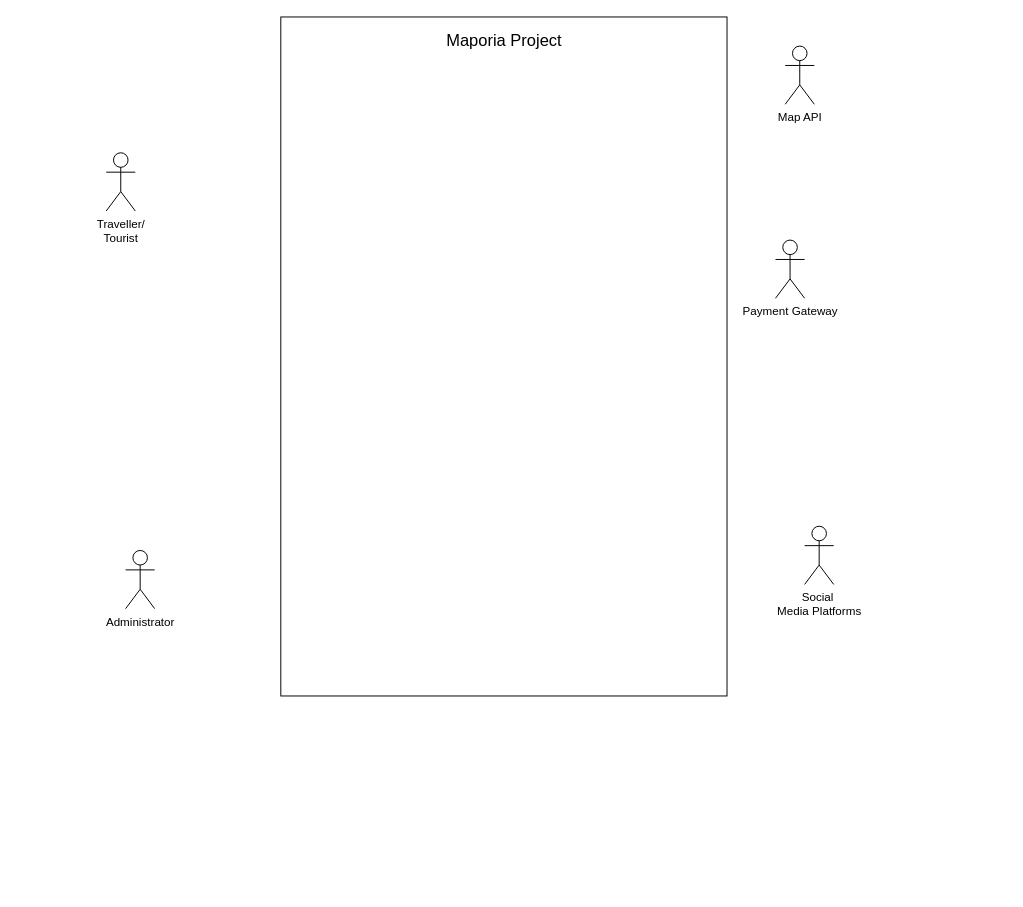
Above: Maporia_Use-Case_diagram.drawio in Anuja-jayasinghe/DrawIo_Projects (draw.io), before the change. Source tidied: cells renumbered, new cells numbered last; positions are measured from the earlier drawing's top-left corner, leaving out a move shared by most shapes. Both pictures are drawn from the tidied source at 97%, with x=0, y=0 at pixel (106, 16).
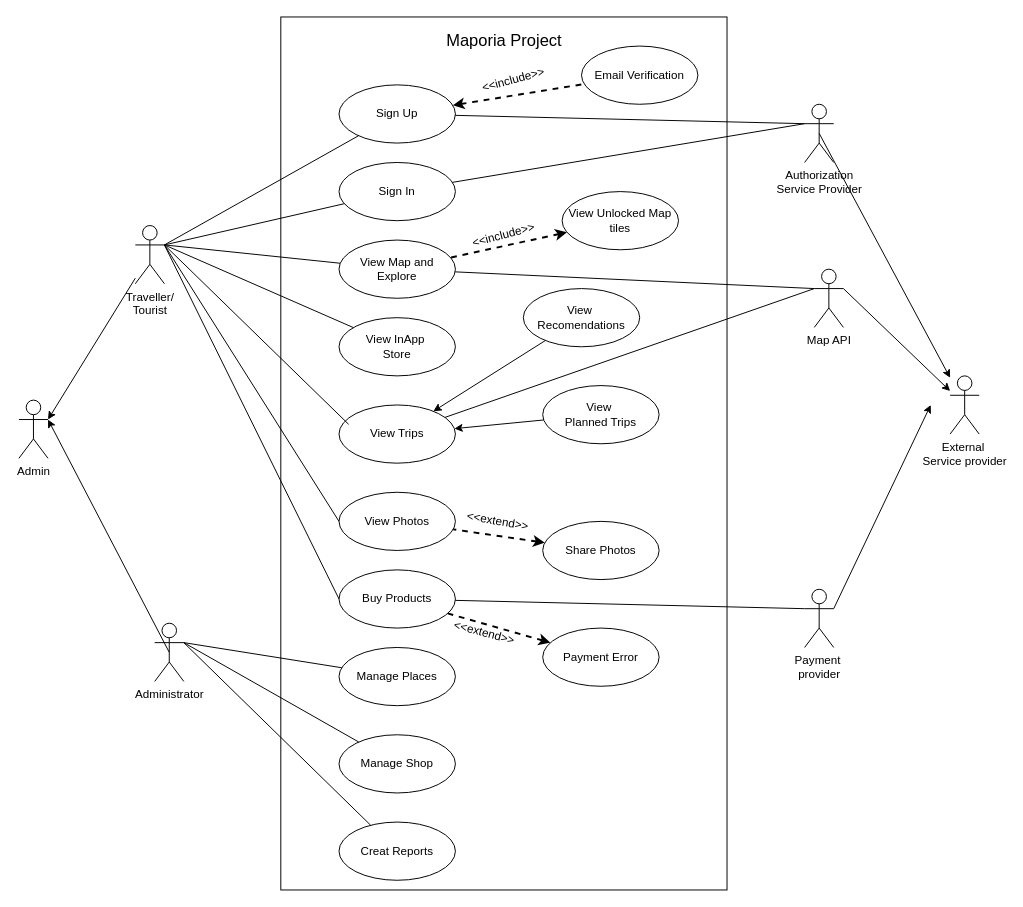
The same diagram, later.

The edit, as a diff of the source:
```diff
@@
     <mxCell id="2" value="Traveller/&lt;div&gt;Tourist&lt;/div&gt;" style="shape=umlActor;verticalLabelPosition=bottom;verticalAlign=top;html=1;outlineConnect=0;" parent="1" vertex="1">
-      <mxGeometry y="140" width="30" height="60" as="geometry" />
+      <mxGeometry x="30" y="215" width="30" height="60" as="geometry" />
     </mxCell>
-    <mxCell id="3" value="Social&amp;nbsp;&lt;div&gt;Media Platforms&lt;/div&gt;" style="shape=umlActor;verticalLabelPosition=bottom;verticalAlign=top;html=1;outlineConnect=0;" parent="1" vertex="1">
-      <mxGeometry x="720" y="525" width="30" height="60" as="geometry" />
+    <mxCell id="3" value="Payment&amp;nbsp;&lt;div&gt;provider&lt;/div&gt;" style="shape=umlActor;verticalLabelPosition=bottom;verticalAlign=top;html=1;outlineConnect=0;" parent="1" vertex="1">
+      <mxGeometry x="720" y="590" width="30" height="60" as="geometry" />
     </mxCell>
-    <mxCell id="4" value="Payment Gateway" style="shape=umlActor;verticalLabelPosition=bottom;verticalAlign=top;html=1;outlineConnect=0;" parent="1" vertex="1">
-      <mxGeometry x="690" y="230" width="30" height="60" as="geometry" />
+    <mxCell id="4" value="Authorization&lt;div&gt;Service Provider&lt;/div&gt;" style="shape=umlActor;verticalLabelPosition=bottom;verticalAlign=top;html=1;outlineConnect=0;" parent="1" vertex="1">
+      <mxGeometry x="720" y="90" width="30" height="60" as="geometry" />
     </mxCell>
     <mxCell id="5" value="Administrator" style="shape=umlActor;verticalLabelPosition=bottom;verticalAlign=top;html=1;outlineConnect=0;" parent="1" vertex="1">
-      <mxGeometry x="20" y="550" width="30" height="60" as="geometry" />
+      <mxGeometry x="50" y="625" width="30" height="60" as="geometry" />
     </mxCell>
     <mxCell id="6" value="Map API" style="shape=umlActor;verticalLabelPosition=bottom;verticalAlign=top;html=1;outlineConnect=0;" parent="1" vertex="1">
-      <mxGeometry x="700" y="30" width="30" height="60" as="geometry" />
+      <mxGeometry x="730" y="260" width="30" height="60" as="geometry" />
     </mxCell>
     <mxCell id="7" style="group;" parent="1" vertex="1">
-      <mxGeometry x="180" width="460" height="700" as="geometry" />
+      <mxGeometry x="180" width="460" height="900" as="geometry" />
     </mxCell>
     <mxCell id="8" style="rounded=0;whiteSpace=wrap;html=1;" parent="7" vertex="1">
-      <mxGeometry width="460" height="700" as="geometry" />
+      <mxGeometry width="460" height="900" as="geometry" />
     </mxCell>
@@
+    <mxCell id="10" value="Sign Up" style="ellipse;whiteSpace=wrap;html=1;" parent="7" vertex="1">
+      <mxGeometry x="60" y="70" width="120" height="60" as="geometry" />
+    </mxCell>
+    <mxCell id="11" value="Sign In" style="ellipse;whiteSpace=wrap;html=1;" parent="7" vertex="1">
+      <mxGeometry x="60" y="150" width="120" height="60" as="geometry" />
+    </mxCell>
+    <mxCell id="12" value="View Map and Explore" style="ellipse;whiteSpace=wrap;html=1;" parent="7" vertex="1">
+      <mxGeometry x="60" y="230" width="120" height="60" as="geometry" />
+    </mxCell>
+    <mxCell id="13" value="Email Verification" style="ellipse;whiteSpace=wrap;html=1;" parent="7" vertex="1">
+      <mxGeometry x="310" y="30" width="120" height="60" as="geometry" />
+    </mxCell>
+    <mxCell id="14" value="View Unlocked Map tiles" style="ellipse;whiteSpace=wrap;html=1;" parent="7" vertex="1">
+      <mxGeometry x="290" y="180" width="120" height="60" as="geometry" />
+    </mxCell>
+    <mxCell id="15" value="View InApp&amp;nbsp;&lt;div&gt;Store&lt;/div&gt;" style="ellipse;whiteSpace=wrap;html=1;" parent="7" vertex="1">
+      <mxGeometry x="60" y="310" width="120" height="60" as="geometry" />
+    </mxCell>
+    <mxCell id="16" value="View&amp;nbsp;&lt;div&gt;Recomendations&lt;/div&gt;" style="ellipse;whiteSpace=wrap;html=1;" parent="7" vertex="1">
+      <mxGeometry x="250" y="280" width="120" height="60" as="geometry" />
+    </mxCell>
+    <mxCell id="17" value="View&amp;nbsp;&lt;div&gt;Planned Trips&lt;/div&gt;" style="ellipse;whiteSpace=wrap;html=1;" parent="7" vertex="1">
+      <mxGeometry x="270" y="380" width="120" height="60" as="geometry" />
+    </mxCell>
+    <mxCell id="18" value="View Trips" style="ellipse;whiteSpace=wrap;html=1;" parent="7" vertex="1">
+      <mxGeometry x="60" y="400" width="120" height="60" as="geometry" />
+    </mxCell>
+    <mxCell id="19" value="View Photos" style="ellipse;whiteSpace=wrap;html=1;" parent="7" vertex="1">
+      <mxGeometry x="60" y="490" width="120" height="60" as="geometry" />
+    </mxCell>
+    <mxCell id="20" value="Buy Products" style="ellipse;whiteSpace=wrap;html=1;" parent="7" vertex="1">
+      <mxGeometry x="60" y="570" width="120" height="60" as="geometry" />
+    </mxCell>
+    <mxCell id="21" value="Manage Places" style="ellipse;whiteSpace=wrap;html=1;" parent="7" vertex="1">
+      <mxGeometry x="60" y="650" width="120" height="60" as="geometry" />
+    </mxCell>
+    <mxCell id="22" value="Manage Shop" style="ellipse;whiteSpace=wrap;html=1;" parent="7" vertex="1">
+      <mxGeometry x="60" y="740" width="120" height="60" as="geometry" />
+    </mxCell>
+    <mxCell id="23" value="Share Photos" style="ellipse;whiteSpace=wrap;html=1;" parent="7" vertex="1">
+      <mxGeometry x="270" y="520" width="120" height="60" as="geometry" />
+    </mxCell>
+    <mxCell id="24" value="Payment Error" style="ellipse;whiteSpace=wrap;html=1;" parent="7" vertex="1">
+      <mxGeometry x="270" y="630" width="120" height="60" as="geometry" />
+    </mxCell>
+    <mxCell id="25" value="Creat Reports" style="ellipse;whiteSpace=wrap;html=1;" parent="7" vertex="1">
+      <mxGeometry x="60" y="830" width="120" height="60" as="geometry" />
+    </mxCell>
+    <mxCell id="26" style="endArrow=classic;html=1;rounded=0;" parent="7" edge="1" source="17" target="18">
+      <mxGeometry relative="1" as="geometry" />
+    </mxCell>
+    <mxCell id="27" style="endArrow=classic;html=1;rounded=0;" parent="7" edge="1" source="16" target="18">
+      <mxGeometry relative="1" as="geometry" />
+    </mxCell>
+    <mxCell id="28" style="endArrow=none;html=1;strokeWidth=2;rounded=0;dashed=1;startArrow=classic;startFill=1;" parent="7" edge="1" source="23" target="19">
+      <mxGeometry relative="1" as="geometry" />
+    </mxCell>
+    <mxCell id="29" value="&amp;lt;&amp;lt;extend&amp;gt;&amp;gt;" style="text;html=1;whiteSpace=wrap;strokeColor=none;fillColor=none;align=center;verticalAlign=middle;rounded=0;rotation=10;" parent="7" vertex="1">
+      <mxGeometry x="193.5" y="505" width="60" height="30" as="geometry" />
+    </mxCell>
+    <mxCell id="30" style="endArrow=none;html=1;strokeWidth=2;rounded=0;dashed=1;startArrow=classic;startFill=1;" parent="7" edge="1" source="24" target="20">
+      <mxGeometry relative="1" as="geometry" />
+    </mxCell>
+    <mxCell id="31" value="&amp;lt;&amp;lt;extend&amp;gt;&amp;gt;" style="text;html=1;whiteSpace=wrap;strokeColor=none;fillColor=none;align=center;verticalAlign=middle;rounded=0;rotation=15;" parent="7" vertex="1">
+      <mxGeometry x="180" y="620" width="60" height="30" as="geometry" />
+    </mxCell>
+    <mxCell id="32" style="endArrow=none;html=1;strokeWidth=2;rounded=0;dashed=1;startArrow=classic;startFill=1;" parent="7" edge="1" source="14" target="12">
+      <mxGeometry relative="1" as="geometry" />
+    </mxCell>
+    <mxCell id="33" value="&amp;lt;&amp;lt;include&amp;gt;&amp;gt;" style="text;html=1;whiteSpace=wrap;strokeColor=none;fillColor=none;align=center;verticalAlign=middle;rounded=0;rotation=-15;" parent="7" vertex="1">
+      <mxGeometry x="200" y="210" width="60" height="30" as="geometry" />
+    </mxCell>
+    <mxCell id="34" style="endArrow=none;html=1;strokeWidth=2;rounded=0;dashed=1;startArrow=classic;startFill=1;" parent="7" edge="1" source="10" target="13">
+      <mxGeometry relative="1" as="geometry" />
+    </mxCell>
+    <mxCell id="35" value="&amp;lt;&amp;lt;include&amp;gt;&amp;gt;" style="text;html=1;whiteSpace=wrap;strokeColor=none;fillColor=none;align=center;verticalAlign=middle;rounded=0;rotation=-15;" parent="7" vertex="1">
+      <mxGeometry x="210" y="50" width="60" height="30" as="geometry" />
+    </mxCell>
+    <mxCell id="36" value="Admin" style="shape=umlActor;verticalLabelPosition=bottom;verticalAlign=top;html=1;outlineConnect=0;" parent="1" vertex="1">
+      <mxGeometry x="-90" y="395" width="30" height="60" as="geometry" />
+    </mxCell>
+    <mxCell id="37" value="External&lt;span style=&quot;background-color: transparent; color: light-dark(rgb(0, 0, 0), rgb(255, 255, 255));&quot;&gt;&amp;nbsp;&lt;/span&gt;&lt;div&gt;&lt;div&gt;Service&amp;nbsp;&lt;span style=&quot;background-color: transparent; color: light-dark(rgb(0, 0, 0), rgb(255, 255, 255));&quot;&gt;provider&lt;/span&gt;&lt;/div&gt;&lt;/div&gt;" style="shape=umlActor;verticalLabelPosition=bottom;verticalAlign=top;html=1;outlineConnect=0;" parent="1" vertex="1">
+      <mxGeometry x="870" y="370" width="30" height="60" as="geometry" />
+    </mxCell>
+    <mxCell id="38" style="endArrow=classic;html=1;rounded=0;entryX=1;entryY=0.3333333333333333;entryDx=0;entryDy=0;entryPerimeter=0;" parent="1" edge="1" source="2" target="36">
+      <mxGeometry relative="1" as="geometry" />
+    </mxCell>
+    <mxCell id="39" style="endArrow=classic;html=1;rounded=0;exitX=0.5;exitY=0.5;exitDx=0;exitDy=0;exitPerimeter=0;entryX=1;entryY=0.3333333333333333;entryDx=0;entryDy=0;entryPerimeter=0;" parent="1" edge="1" source="5" target="36">
+      <mxGeometry relative="1" as="geometry" />
+    </mxCell>
+    <mxCell id="40" style="endArrow=classic;html=1;rounded=0;exitX=1;exitY=0.3333333333333333;exitDx=0;exitDy=0;exitPerimeter=0;" parent="1" edge="1" source="6" target="37">
+      <mxGeometry relative="1" as="geometry" />
+    </mxCell>
+    <mxCell id="41" style="endArrow=classic;html=1;rounded=0;exitX=0.5;exitY=0.5;exitDx=0;exitDy=0;exitPerimeter=0;" parent="1" edge="1" source="4" target="37">
+      <mxGeometry relative="1" as="geometry" />
+    </mxCell>
+    <mxCell id="42" style="endArrow=classic;html=1;rounded=0;exitX=1;exitY=0.3333333333333333;exitDx=0;exitDy=0;exitPerimeter=0;" parent="1" edge="1" source="3">
+      <mxGeometry relative="1" as="geometry">
+        <mxPoint x="850" y="400" as="targetPoint" />
+      </mxGeometry>
+    </mxCell>
+    <mxCell id="43" style="endArrow=none;html=1;rounded=0;exitX=0;exitY=0.3333333333333333;exitDx=0;exitDy=0;exitPerimeter=0;" parent="1" edge="1" source="4" target="10">
+      <mxGeometry relative="1" as="geometry" />
+    </mxCell>
+    <mxCell id="44" style="endArrow=none;html=1;rounded=0;entryX=1;entryY=0.3333333333333333;entryDx=0;entryDy=0;entryPerimeter=0;" parent="1" edge="1" source="11" target="2">
+      <mxGeometry relative="1" as="geometry" />
+    </mxCell>
+    <mxCell id="45" style="endArrow=none;html=1;rounded=0;entryX=1;entryY=0.3333333333333333;entryDx=0;entryDy=0;entryPerimeter=0;" parent="1" edge="1" source="12" target="2">
+      <mxGeometry relative="1" as="geometry" />
+    </mxCell>
+    <mxCell id="46" style="endArrow=none;html=1;rounded=0;entryX=1;entryY=0.3333333333333333;entryDx=0;entryDy=0;entryPerimeter=0;" parent="1" edge="1" source="15" target="2">
+      <mxGeometry relative="1" as="geometry" />
+    </mxCell>
+    <mxCell id="47" style="endArrow=none;html=1;rounded=0;exitX=0.083;exitY=0.333;exitDx=0;exitDy=0;exitPerimeter=0;entryX=1;entryY=0.3333333333333333;entryDx=0;entryDy=0;entryPerimeter=0;" parent="1" edge="1" source="18" target="2">
+      <mxGeometry relative="1" as="geometry" />
+    </mxCell>
+    <mxCell id="48" style="endArrow=none;html=1;rounded=0;exitX=0;exitY=0.5;exitDx=0;exitDy=0;entryX=1;entryY=0.3333333333333333;entryDx=0;entryDy=0;entryPerimeter=0;" parent="1" edge="1" source="19" target="2">
+      <mxGeometry relative="1" as="geometry" />
+    </mxCell>
+    <mxCell id="49" style="endArrow=none;html=1;rounded=0;entryX=1;entryY=0.3333333333333333;entryDx=0;entryDy=0;entryPerimeter=0;exitX=0;exitY=0.5;exitDx=0;exitDy=0;" parent="1" edge="1" source="20" target="2">
+      <mxGeometry relative="1" as="geometry" />
+    </mxCell>
+    <mxCell id="50" style="endArrow=none;html=1;rounded=0;entryX=1;entryY=0.3333333333333333;entryDx=0;entryDy=0;entryPerimeter=0;" parent="1" edge="1" source="10" target="2">
+      <mxGeometry relative="1" as="geometry" />
+    </mxCell>
+    <mxCell id="51" style="endArrow=none;html=1;rounded=0;entryX=1;entryY=0.3333333333333333;entryDx=0;entryDy=0;entryPerimeter=0;" parent="1" edge="1" source="22" target="5">
+      <mxGeometry relative="1" as="geometry" />
+    </mxCell>
+    <mxCell id="52" style="endArrow=none;html=1;rounded=0;entryX=1;entryY=0.3333333333333333;entryDx=0;entryDy=0;entryPerimeter=0;" parent="1" edge="1" source="25" target="5">
+      <mxGeometry relative="1" as="geometry" />
+    </mxCell>
+    <mxCell id="53" style="endArrow=none;html=1;rounded=0;entryX=1;entryY=0.3333333333333333;entryDx=0;entryDy=0;entryPerimeter=0;" parent="1" edge="1" source="21" target="5">
+      <mxGeometry relative="1" as="geometry" />
+    </mxCell>
+    <mxCell id="54" style="endArrow=none;html=1;rounded=0;exitX=0;exitY=0.3333333333333333;exitDx=0;exitDy=0;exitPerimeter=0;" parent="1" edge="1" source="3" target="20">
+      <mxGeometry relative="1" as="geometry" />
+    </mxCell>
+    <mxCell id="55" style="endArrow=none;html=1;rounded=0;exitX=0;exitY=0.3333333333333333;exitDx=0;exitDy=0;exitPerimeter=0;" parent="1" edge="1" source="6" target="12">
+      <mxGeometry relative="1" as="geometry" />
+    </mxCell>
+    <mxCell id="56" style="endArrow=none;html=1;rounded=0;exitX=0;exitY=0.3333333333333333;exitDx=0;exitDy=0;exitPerimeter=0;" parent="1" edge="1" source="6" target="18">
+      <mxGeometry relative="1" as="geometry" />
+    </mxCell>
+    <mxCell id="57" style="endArrow=none;html=1;rounded=0;exitX=0;exitY=0.3333333333333333;exitDx=0;exitDy=0;exitPerimeter=0;" parent="1" edge="1" source="4" target="11">
+      <mxGeometry relative="1" as="geometry" />
+    </mxCell>
```
